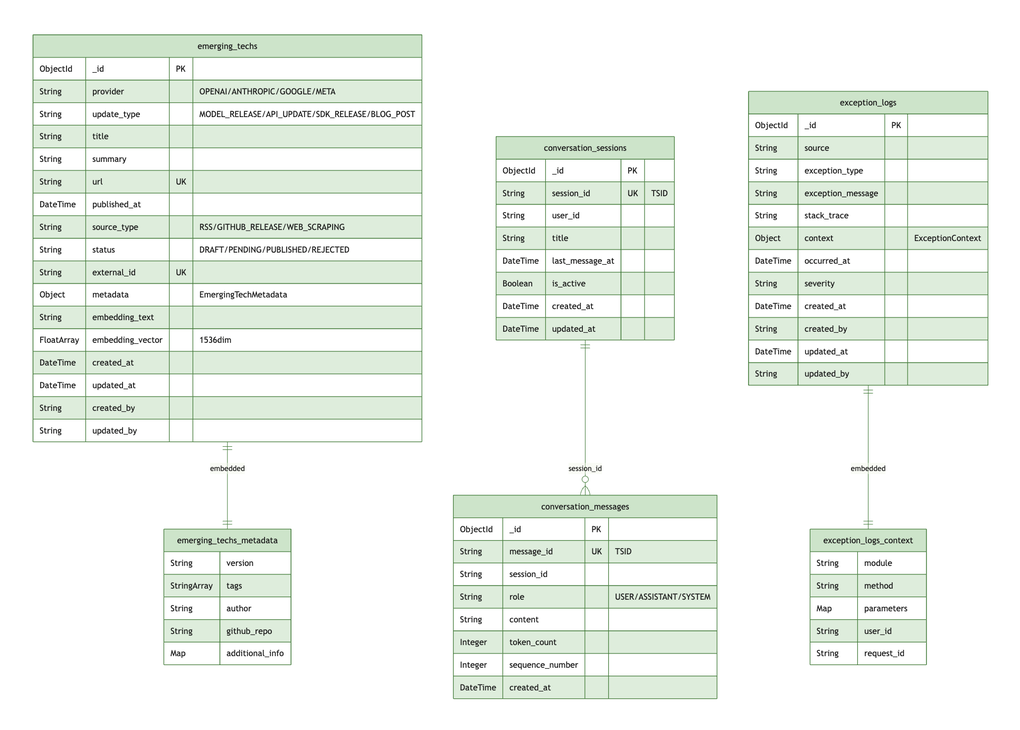
Before: contents/diagrams/mongodb-erd-diagram.png, a diagram exported from Mermaid (thswlsqls/tech-n-ai-backend). Its source is kept beside it as contents/diagrams/mongodb-erd-diagram.mmd. The source it was exported from:
```mermaid
%%{init: {'theme': 'base', 'themeVariables': {'primaryColor': '#C8E6C9', 'primaryTextColor': '#1a1a1a', 'primaryBorderColor': '#2E7D32', 'lineColor': '#2E7D32', 'secondaryColor': '#E8F5E9', 'tertiaryColor': '#F1F8E9'}}}%%
erDiagram
    emerging_techs {
        ObjectId _id PK
        String provider "OPENAI/ANTHROPIC/GOOGLE/META"
        String update_type "MODEL_RELEASE/API_UPDATE/SDK_RELEASE/BLOG_POST"
        String title
        String summary
        String url UK
        DateTime published_at
        String source_type "RSS/GITHUB_RELEASE/WEB_SCRAPING"
        String status "DRAFT/PENDING/PUBLISHED/REJECTED"
        String external_id UK
        Object metadata "EmergingTechMetadata"
        String embedding_text
        FloatArray embedding_vector "1536dim"
        DateTime created_at
        DateTime updated_at
        String created_by
        String updated_by
    }

    emerging_techs_metadata {
        String version
        StringArray tags
        String author
        String github_repo
        Map additional_info
    }

    conversation_sessions {
        ObjectId _id PK
        String session_id UK "TSID"
        String user_id
        String title
        DateTime last_message_at
        Boolean is_active
        DateTime created_at
        DateTime updated_at
    }

    conversation_messages {
        ObjectId _id PK
        String message_id UK "TSID"
        String session_id
        String role "USER/ASSISTANT/SYSTEM"
        String content
        Integer token_count
        Integer sequence_number
        DateTime created_at
    }

    exception_logs {
        ObjectId _id PK
        String source
        String exception_type
        String exception_message
        String stack_trace
        Object context "ExceptionContext"
        DateTime occurred_at
        String severity
        DateTime created_at
        String created_by
        DateTime updated_at
        String updated_by
    }

    exception_logs_context {
        String module
        String method
        Map parameters
        String user_id
        String request_id
    }

    emerging_techs ||--|| emerging_techs_metadata : "embedded"
    exception_logs ||--|| exception_logs_context : "embedded"
    conversation_sessions ||--o{ conversation_messages : "session_id"
```
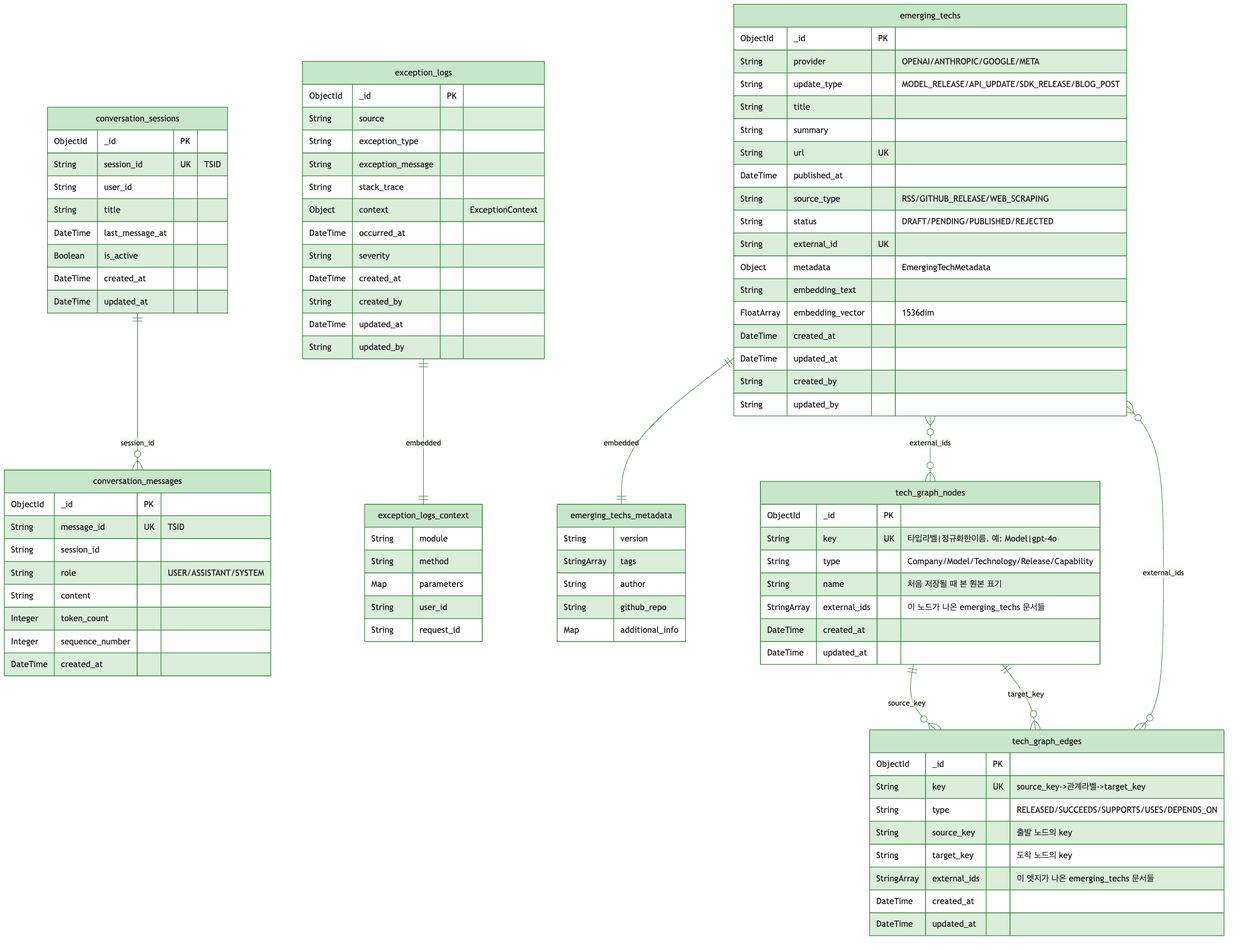
Later version of the same file.

Commit message:
docs : [main] 지식 그래프를 ERD와 아키텍처 다이어그램에 반영

Change to the diagram source:
```diff
@@ -73,6 +73,31 @@
         String request_id
     }
 
+    tech_graph_nodes {
+        ObjectId _id PK
+        String key UK "타입라벨|정규화한이름. 예: Model|gpt-4o"
+        String type "Company/Model/Technology/Release/Capability"
+        String name "처음 저장될 때 본 원본 표기"
+        StringArray external_ids "이 노드가 나온 emerging_techs 문서들"
+        DateTime created_at
+        DateTime updated_at
+    }
+
+    tech_graph_edges {
+        ObjectId _id PK
+        String key UK "source_key->관계라벨->target_key"
+        String type "RELEASED/SUCCEEDS/SUPPORTS/USES/DEPENDS_ON"
+        String source_key "출발 노드의 key"
+        String target_key "도착 노드의 key"
+        StringArray external_ids "이 엣지가 나온 emerging_techs 문서들"
+        DateTime created_at
+        DateTime updated_at
+    }
+
     emerging_techs ||--|| emerging_techs_metadata : "embedded"
     exception_logs ||--|| exception_logs_context : "embedded"
     conversation_sessions ||--o{ conversation_messages : "session_id"
+    emerging_techs }o--o{ tech_graph_nodes : "external_ids"
+    emerging_techs }o--o{ tech_graph_edges : "external_ids"
+    tech_graph_nodes ||--o{ tech_graph_edges : "source_key"
+    tech_graph_nodes ||--o{ tech_graph_edges : "target_key"
```
